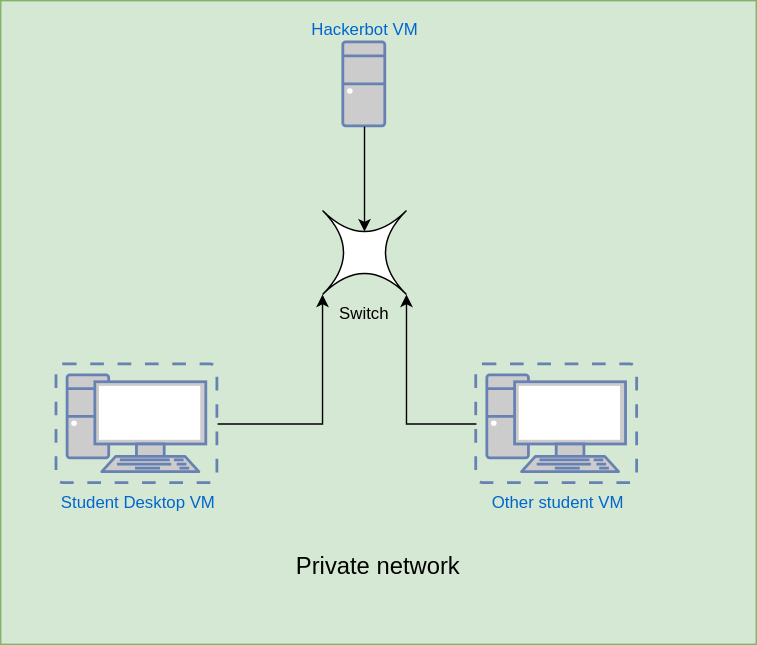
The draw.io diagram diagrams/Hacktivity network diagram 1.drawio.svg in mission-deny-the-mission/CoR-Document-V2, before a commit. Source tidied: cells renumbered, new cells last; positions are measured from the earlier drawing's top-left corner, leaving out a move shared by most shapes. Source of this version:
```xml
<mxGraphModel>
  <root>
    <mxCell id="0" />
    <mxCell id="1" parent="0" />
    <mxCell id="2" style="rounded=0;whiteSpace=wrap;html=1;fillColor=#d5e8d4;strokeColor=#82b366;" parent="1" vertex="1">
      <mxGeometry width="540" height="460" as="geometry" />
    </mxCell>
    <mxCell id="3" value="Student Desktop VM" style="fontColor=#0066CC;verticalAlign=top;verticalLabelPosition=bottom;labelPosition=center;align=center;html=1;outlineConnect=0;fillColor=#CCCCCC;strokeColor=#6881B3;gradientColor=none;gradientDirection=north;strokeWidth=2;shape=mxgraph.networks.virtual_pc;" parent="1" vertex="1">
      <mxGeometry x="40" y="260" width="115" height="85" as="geometry" />
    </mxCell>
    <mxCell id="4" value="Other student VM" style="fontColor=#0066CC;verticalAlign=top;verticalLabelPosition=bottom;labelPosition=center;align=center;html=1;outlineConnect=0;fillColor=#CCCCCC;strokeColor=#6881B3;gradientColor=none;gradientDirection=north;strokeWidth=2;shape=mxgraph.networks.virtual_pc;" parent="1" vertex="1">
      <mxGeometry x="340" y="260" width="115" height="85" as="geometry" />
    </mxCell>
    <mxCell id="5" value="Hackerbot VM" style="fontColor=#0066CC;verticalAlign=bottom;verticalLabelPosition=top;labelPosition=center;align=center;html=1;outlineConnect=0;fillColor=#CCCCCC;strokeColor=#6881B3;gradientColor=none;gradientDirection=north;strokeWidth=2;shape=mxgraph.networks.desktop_pc;" parent="1" vertex="1">
      <mxGeometry x="245" y="30" width="30" height="60" as="geometry" />
    </mxCell>
    <mxCell id="6" value="Switch" style="shape=switch;whiteSpace=wrap;html=1;labelPosition=center;verticalLabelPosition=bottom;align=center;verticalAlign=top;" parent="1" vertex="1">
      <mxGeometry x="230" y="150" width="60" height="60" as="geometry" />
    </mxCell>
    <mxCell id="7" style="edgeStyle=orthogonalEdgeStyle;rounded=0;jettySize=auto;html=1;entryX=0;entryY=1;entryDx=0;entryDy=0;entryPerimeter=0;" parent="1" edge="1" source="3" target="6">
      <mxGeometry relative="1" as="geometry" />
    </mxCell>
    <mxCell id="8" style="edgeStyle=orthogonalEdgeStyle;rounded=0;jettySize=auto;html=1;entryX=1;entryY=1;entryDx=0;entryDy=0;entryPerimeter=0;" parent="1" edge="1" source="4" target="6">
      <mxGeometry relative="1" as="geometry" />
    </mxCell>
    <mxCell id="9" style="edgeStyle=orthogonalEdgeStyle;rounded=0;jettySize=auto;html=1;entryX=0.5;entryY=0.25;entryDx=0;entryDy=0;entryPerimeter=0;" parent="1" edge="1" source="5" target="6">
      <mxGeometry relative="1" as="geometry" />
    </mxCell>
    <mxCell id="10" value="&lt;font style=&quot;font-size: 17px;&quot;&gt;Private network&lt;/font&gt;" style="text;html=1;whiteSpace=wrap;strokeColor=none;fillColor=none;align=center;verticalAlign=middle;rounded=0;" parent="1" vertex="1">
      <mxGeometry x="200" y="390" width="140" height="30" as="geometry" />
    </mxCell>
  </root>
</mxGraphModel>
```
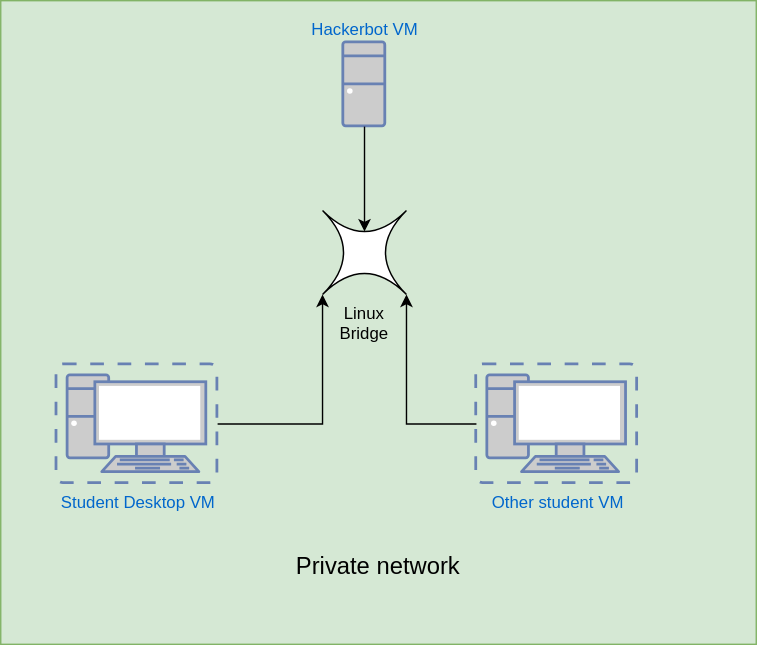
The same file after the commit.

What changed in the source:
```diff
@@ -14,7 +14,7 @@
     <mxCell id="5" value="Hackerbot VM" style="fontColor=#0066CC;verticalAlign=bottom;verticalLabelPosition=top;labelPosition=center;align=center;html=1;outlineConnect=0;fillColor=#CCCCCC;strokeColor=#6881B3;gradientColor=none;gradientDirection=north;strokeWidth=2;shape=mxgraph.networks.desktop_pc;" parent="1" vertex="1">
       <mxGeometry x="245" y="30" width="30" height="60" as="geometry" />
     </mxCell>
-    <mxCell id="6" value="Switch" style="shape=switch;whiteSpace=wrap;html=1;labelPosition=center;verticalLabelPosition=bottom;align=center;verticalAlign=top;" parent="1" vertex="1">
+    <mxCell id="6" value="Linux Bridge" style="shape=switch;whiteSpace=wrap;html=1;labelPosition=center;verticalLabelPosition=bottom;align=center;verticalAlign=top;" parent="1" vertex="1">
       <mxGeometry x="230" y="150" width="60" height="60" as="geometry" />
     </mxCell>
     <mxCell id="7" style="edgeStyle=orthogonalEdgeStyle;rounded=0;jettySize=auto;html=1;entryX=0;entryY=1;entryDx=0;entryDy=0;entryPerimeter=0;" parent="1" edge="1" source="3" target="6">
```
